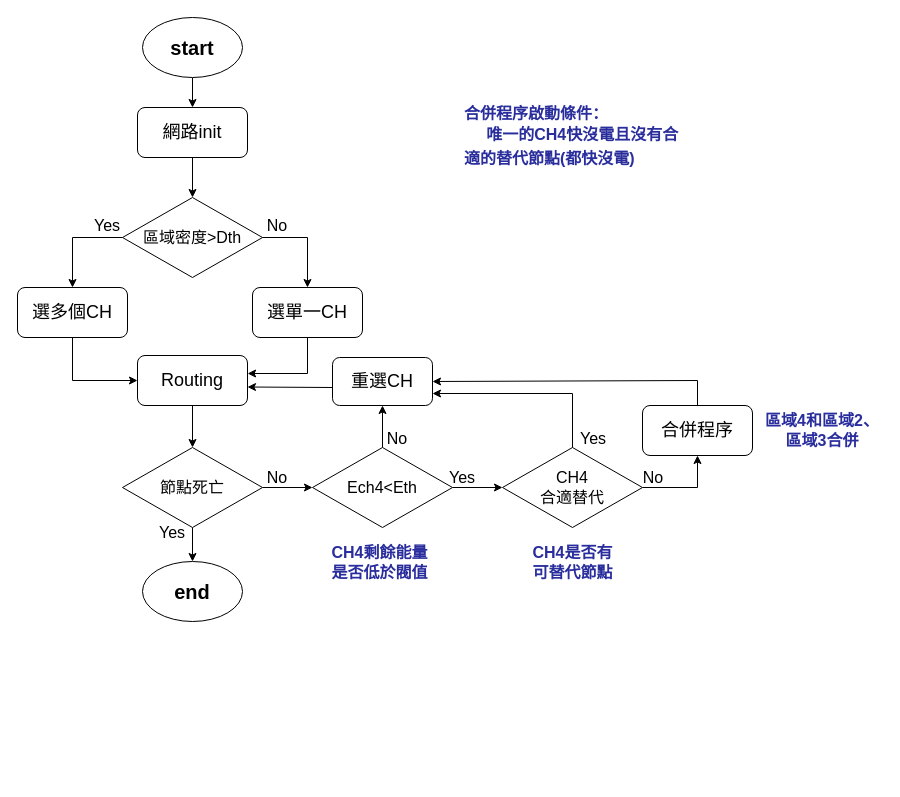
Above: my method.drawio in peggy12423/paper (draw.io), before the change. Source tidied: cells renumbered, new cells numbered last; positions are measured from the earlier drawing's top-left corner, leaving out a move shared by most shapes. Both pictures are drawn from the tidied source at 100%, with x=0, y=0 at pixel (17, 17).
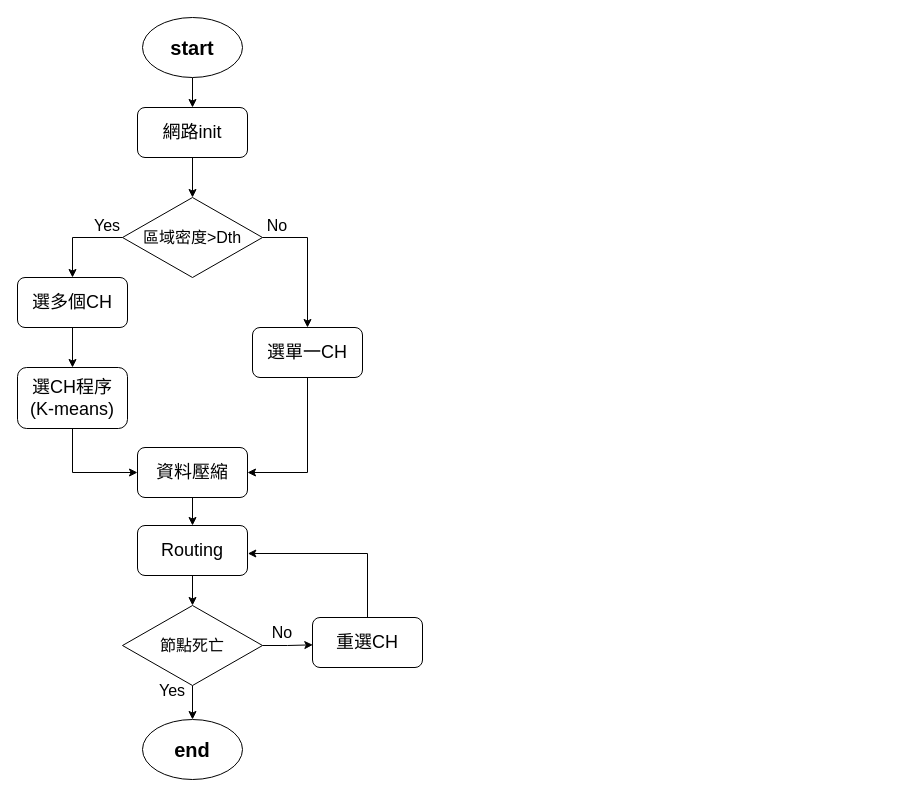
After the change.

The edit, as a diff of the source:
```diff
@@
     <mxCell id="4" value="end" style="ellipse;whiteSpace=wrap;html=1;fontSize=20;fontStyle=1;" parent="1" vertex="1">
-      <mxGeometry x="125" y="544" width="100" height="60" as="geometry" />
+      <mxGeometry x="125" y="702" width="100" height="60" as="geometry" />
     </mxCell>
@@
     <mxCell id="7" value="選單一CH" style="rounded=1;whiteSpace=wrap;html=1;fontSize=18;" parent="1" vertex="1">
-      <mxGeometry x="235" y="270" width="110" height="50" as="geometry" />
+      <mxGeometry x="235" y="310" width="110" height="50" as="geometry" />
     </mxCell>
@@
+    <mxCell id="41" style="edgeStyle=orthogonalEdgeStyle;rounded=0;jettySize=auto;html=1;" parent="1" edge="1" source="9" target="43">
+      <mxGeometry relative="1" as="geometry" />
+    </mxCell>
     <mxCell id="9" value="選多個CH" style="rounded=1;whiteSpace=wrap;html=1;fontSize=18;" parent="1" vertex="1">
-      <mxGeometry y="270" width="110" height="50" as="geometry" />
+      <mxGeometry y="260" width="110" height="50" as="geometry" />
     </mxCell>
@@
-    <mxCell id="11" style="edgeStyle=orthogonalEdgeStyle;rounded=0;jettySize=auto;html=1;" parent="1" edge="1" source="12" target="15">
-      <mxGeometry relative="1" as="geometry" />
-    </mxCell>
+    <mxCell id="42" style="edgeStyle=orthogonalEdgeStyle;rounded=0;jettySize=auto;html=1;" parent="1" edge="1" source="12" target="46">
+      <mxGeometry relative="1" as="geometry" />
+    </mxCell>
-    <mxCell id="12" value="Routing" style="rounded=1;whiteSpace=wrap;html=1;fontSize=18;" parent="1" vertex="1">
-      <mxGeometry x="120" y="338" width="110" height="50" as="geometry" />
+    <mxCell id="12" value="資料壓縮" style="rounded=1;whiteSpace=wrap;html=1;fontSize=18;" parent="1" vertex="1">
+      <mxGeometry x="120" y="430" width="110" height="50" as="geometry" />
     </mxCell>
@@
-    <mxCell id="14" style="edgeStyle=orthogonalEdgeStyle;rounded=0;jettySize=auto;html=1;" parent="1" edge="1" source="15" target="17">
+    <mxCell id="14" style="edgeStyle=orthogonalEdgeStyle;rounded=0;jettySize=auto;html=1;entryX=0.003;entryY=0.547;entryDx=0;entryDy=0;entryPerimeter=0;" parent="1" edge="1" source="15" target="31">
       <mxGeometry relative="1" as="geometry" />
     </mxCell>
     <mxCell id="15" value="節點死亡" style="rhombus;whiteSpace=wrap;html=1;fontSize=16;" parent="1" vertex="1">
-      <mxGeometry x="105" y="430" width="140" height="80" as="geometry" />
+      <mxGeometry x="105" y="588" width="140" height="80" as="geometry" />
     </mxCell>
-    <mxCell id="16" style="edgeStyle=orthogonalEdgeStyle;rounded=0;jettySize=auto;html=1;" parent="1" edge="1" source="17" target="22">
-      <mxGeometry relative="1" as="geometry" />
-    </mxCell>
-    <mxCell id="17" value="Ech4&amp;lt;Eth" style="rhombus;whiteSpace=wrap;html=1;fontSize=16;" parent="1" vertex="1">
-      <mxGeometry x="295" y="430" width="140" height="80" as="geometry" />
-    </mxCell>
     <mxCell id="18" value="No" style="text;html=1;align=center;verticalAlign=middle;whiteSpace=wrap;rounded=0;fontSize=16;" parent="1" vertex="1">
-      <mxGeometry x="230" y="445" width="60" height="30" as="geometry" />
+      <mxGeometry x="235" y="600" width="60" height="30" as="geometry" />
     </mxCell>
     <mxCell id="19" value="Yes" style="text;html=1;align=center;verticalAlign=middle;whiteSpace=wrap;rounded=0;fontSize=16;" parent="1" vertex="1">
-      <mxGeometry x="125" y="500" width="60" height="30" as="geometry" />
+      <mxGeometry x="125" y="658" width="60" height="30" as="geometry" />
     </mxCell>
@@
-    <mxCell id="22" value="CH4&lt;div&gt;合適替代&lt;/div&gt;" style="rhombus;whiteSpace=wrap;html=1;fontSize=16;" parent="1" vertex="1">
-      <mxGeometry x="485" y="430" width="140" height="80" as="geometry" />
-    </mxCell>
-    <mxCell id="23" value="合併程序" style="rounded=1;whiteSpace=wrap;html=1;fontSize=18;" parent="1" vertex="1">
-      <mxGeometry x="625" y="388" width="110" height="50" as="geometry" />
-    </mxCell>
-    <mxCell id="24" value="Yes" style="text;html=1;align=center;verticalAlign=middle;whiteSpace=wrap;rounded=0;fontSize=16;" parent="1" vertex="1">
-      <mxGeometry x="415" y="445" width="60" height="30" as="geometry" />
-    </mxCell>
-    <mxCell id="25" value="No" style="text;html=1;align=center;verticalAlign=middle;whiteSpace=wrap;rounded=0;fontSize=16;" parent="1" vertex="1">
-      <mxGeometry x="350" y="406" width="60" height="30" as="geometry" />
-    </mxCell>
-    <mxCell id="26" value="Yes" style="text;html=1;align=center;verticalAlign=middle;whiteSpace=wrap;rounded=0;fontSize=16;" parent="1" vertex="1">
-      <mxGeometry x="546" y="406" width="60" height="30" as="geometry" />
-    </mxCell>
-    <mxCell id="27" style="endArrow=classic;html=1;rounded=0;entryX=0.5;entryY=1;entryDx=0;entryDy=0;exitX=1;exitY=0.5;exitDx=0;exitDy=0;" parent="1" edge="1" source="22" target="23">
-      <mxGeometry relative="1" as="geometry">
-        <Array as="points">
-          <mxPoint x="680" y="470" />
-        </Array>
-      </mxGeometry>
-    </mxCell>
-    <mxCell id="28" value="No" style="text;html=1;align=center;verticalAlign=middle;whiteSpace=wrap;rounded=0;fontSize=16;" parent="1" vertex="1">
-      <mxGeometry x="606" y="445" width="60" height="30" as="geometry" />
-    </mxCell>
@@
-    <mxCell id="30" style="endArrow=classic;html=1;rounded=0;exitX=0.5;exitY=1;exitDx=0;exitDy=0;entryX=0;entryY=0.5;entryDx=0;entryDy=0;" parent="1" edge="1" source="9" target="12">
-      <mxGeometry relative="1" as="geometry">
-        <Array as="points">
-          <mxPoint x="55" y="363" />
-        </Array>
-      </mxGeometry>
-    </mxCell>
+    <mxCell id="33" style="endArrow=classic;html=1;rounded=0;exitX=0.5;exitY=1;exitDx=0;exitDy=0;entryX=1;entryY=0.5;entryDx=0;entryDy=0;" parent="1" edge="1" source="7" target="12">
+      <mxGeometry relative="1" as="geometry">
+        <Array as="points">
+          <mxPoint x="290" y="455" />
+        </Array>
+      </mxGeometry>
+    </mxCell>
+    <mxCell id="36" style="endArrow=classic;html=1;rounded=0;exitX=0.5;exitY=0;exitDx=0;exitDy=0;entryX=1.003;entryY=0.56;entryDx=0;entryDy=0;entryPerimeter=0;" parent="1" edge="1" source="31" target="46">
+      <mxGeometry relative="1" as="geometry">
+        <Array as="points">
+          <mxPoint x="350" y="536" />
+        </Array>
+      </mxGeometry>
+    </mxCell>
     <mxCell id="31" value="重選CH" style="rounded=1;whiteSpace=wrap;html=1;fontSize=18;" parent="1" vertex="1">
-      <mxGeometry x="315" y="340" width="100" height="48" as="geometry" />
+      <mxGeometry x="295" y="600" width="110" height="50" as="geometry" />
     </mxCell>
-    <mxCell id="32" style="endArrow=classic;html=1;rounded=0;exitX=0.5;exitY=0;exitDx=0;exitDy=0;entryX=1;entryY=0.5;entryDx=0;entryDy=0;" parent="1" edge="1" source="23" target="31">
-      <mxGeometry relative="1" as="geometry">
-        <Array as="points">
-          <mxPoint x="680" y="363" />
-        </Array>
-      </mxGeometry>
-    </mxCell>
-    <mxCell id="33" style="endArrow=classic;html=1;rounded=0;exitX=0.5;exitY=1;exitDx=0;exitDy=0;entryX=1.001;entryY=0.299;entryDx=0;entryDy=0;entryPerimeter=0;" parent="1" edge="1" source="7">
-      <mxGeometry relative="1" as="geometry">
-        <mxPoint x="230.1" y="356" as="targetPoint" />
-        <Array as="points">
-          <mxPoint x="290" y="356" />
-        </Array>
-      </mxGeometry>
-    </mxCell>
-    <mxCell id="34" style="endArrow=classic;html=1;rounded=0;exitX=0.5;exitY=0;exitDx=0;exitDy=0;entryX=1;entryY=0.75;entryDx=0;entryDy=0;" parent="1" edge="1" source="22" target="31">
-      <mxGeometry relative="1" as="geometry">
-        <Array as="points">
-          <mxPoint x="555" y="376" />
-        </Array>
-      </mxGeometry>
-    </mxCell>
-    <mxCell id="35" style="endArrow=classic;html=1;rounded=0;exitX=0.5;exitY=0;exitDx=0;exitDy=0;entryX=0.5;entryY=1;entryDx=0;entryDy=0;" parent="1" edge="1" source="17" target="31">
-      <mxGeometry relative="1" as="geometry" />
-    </mxCell>
-    <mxCell id="36" style="endArrow=classic;html=1;rounded=0;exitX=0;exitY=0.75;exitDx=0;exitDy=0;entryX=1;entryY=0.75;entryDx=0;entryDy=0;" parent="1" edge="1">
-      <mxGeometry relative="1" as="geometry">
-        <mxPoint x="315" y="370" as="sourcePoint" />
-        <mxPoint x="230" y="369.5" as="targetPoint" />
-      </mxGeometry>
-    </mxCell>
-    <mxCell id="37" value="CH4剩餘能量是否低於閥值" style="text;html=1;align=center;verticalAlign=middle;whiteSpace=wrap;rounded=0;fontColor=#2a2e9d;fontStyle=1;fontSize=16;" parent="1" vertex="1">
-      <mxGeometry x="310" y="520" width="105" height="50" as="geometry" />
-    </mxCell>
-    <mxCell id="38" value="CH4是否有&lt;div&gt;可替代節點&lt;/div&gt;" style="text;html=1;align=center;verticalAlign=middle;whiteSpace=wrap;rounded=0;fontColor=#2a2e9d;fontStyle=1;fontSize=16;" parent="1" vertex="1">
-      <mxGeometry x="502.5" y="520" width="105" height="50" as="geometry" />
-    </mxCell>
-    <mxCell id="39" value="區域4和區域2、區域3合併" style="text;html=1;align=center;verticalAlign=middle;whiteSpace=wrap;rounded=0;fontColor=#2a2e9d;fontStyle=1;fontSize=16;" parent="1" vertex="1">
-      <mxGeometry x="745" y="388" width="120" height="50" as="geometry" />
-    </mxCell>
-    <mxCell id="40" value="合併程序啟動條件：&lt;div style=&quot;line-height: 150%;&quot;&gt;&amp;nbsp; &amp;nbsp; &amp;nbsp;唯一的CH4快沒電且沒有合適的替代節點(都快沒電)&lt;/div&gt;" style="text;html=1;align=left;verticalAlign=middle;whiteSpace=wrap;rounded=0;fontColor=#2a2e9d;fontStyle=1;fontSize=16;spacing=2;spacingBottom=0;" parent="1" vertex="1">
-      <mxGeometry x="445" y="80" width="220" height="80" as="geometry" />
-    </mxCell>
+    <mxCell id="43" value="選CH程序&lt;div&gt;(K-means)&lt;/div&gt;" style="rounded=1;whiteSpace=wrap;html=1;fontSize=18;" parent="1" vertex="1">
+      <mxGeometry y="350" width="110" height="61" as="geometry" />
+    </mxCell>
+    <mxCell id="44" style="endArrow=classic;html=1;rounded=0;exitX=0.5;exitY=1;exitDx=0;exitDy=0;entryX=0;entryY=0.5;entryDx=0;entryDy=0;" parent="1" edge="1" source="43" target="12">
+      <mxGeometry relative="1" as="geometry">
+        <Array as="points">
+          <mxPoint x="55" y="455" />
+        </Array>
+      </mxGeometry>
+    </mxCell>
+    <mxCell id="45" style="edgeStyle=orthogonalEdgeStyle;rounded=0;jettySize=auto;html=1;entryX=0.5;entryY=0;entryDx=0;entryDy=0;" parent="1" edge="1" source="46" target="15">
+      <mxGeometry relative="1" as="geometry" />
+    </mxCell>
+    <mxCell id="46" value="Routing" style="rounded=1;whiteSpace=wrap;html=1;fontSize=18;" parent="1" vertex="1">
+      <mxGeometry x="120" y="508" width="110" height="50" as="geometry" />
+    </mxCell>
```
